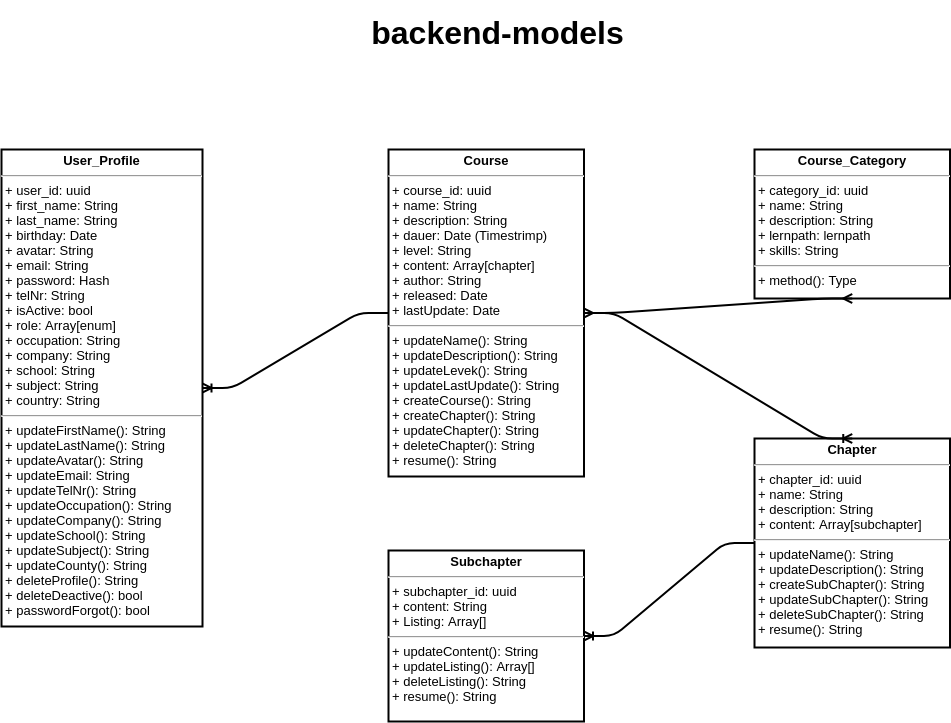
Earlier version of the draw.io export backend-models.png (yasin-96/Darshub). Source tidied: cells renumbered, new cells last; positions are measured from the earlier drawing's top-left corner, leaving out a move shared by most shapes.
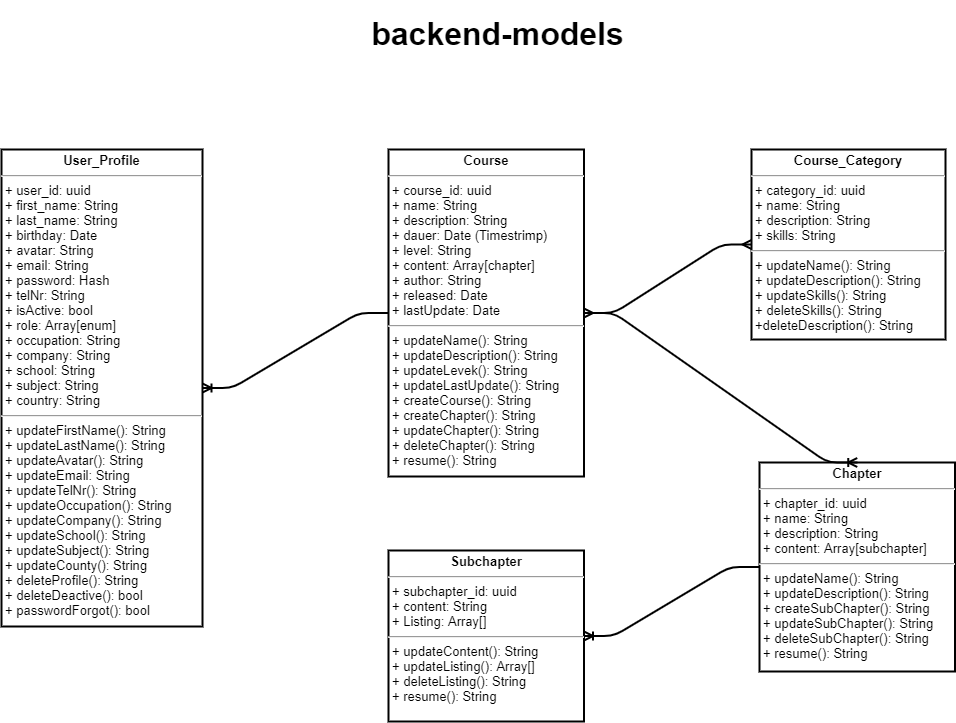
The same diagram one commit later.

Commit message:
course_category methods edited

What changed in the source:
```diff
@@ -8,10 +8,10 @@
     <mxCell id="3" value="&lt;p style=&quot;margin: 4px 0px 0px ; text-align: center ; font-size: 13px&quot;&gt;&lt;span style=&quot;font-size: 13px&quot;&gt;&lt;b&gt;Course&lt;/b&gt;&lt;/span&gt;&lt;/p&gt;&lt;hr style=&quot;font-size: 13px&quot;&gt;&lt;p style=&quot;margin: 0px 0px 0px 4px ; font-size: 13px&quot;&gt;+ course_id: uuid&lt;br style=&quot;font-size: 13px&quot;&gt;+ name: String&lt;/p&gt;&lt;p style=&quot;margin: 0px 0px 0px 4px ; font-size: 13px&quot;&gt;+ description: String&lt;/p&gt;&lt;p style=&quot;margin: 0px 0px 0px 4px ; font-size: 13px&quot;&gt;+ dauer: Date (Timestrimp)&lt;/p&gt;&lt;p style=&quot;margin: 0px 0px 0px 4px ; font-size: 13px&quot;&gt;+ level: String&lt;/p&gt;&lt;p style=&quot;margin: 0px 0px 0px 4px ; font-size: 13px&quot;&gt;+ content: Array[chapter]&lt;/p&gt;&lt;p style=&quot;margin: 0px 0px 0px 4px ; font-size: 13px&quot;&gt;+ author: String&lt;/p&gt;&lt;p style=&quot;margin: 0px 0px 0px 4px ; font-size: 13px&quot;&gt;+ released: Date&lt;br&gt;+ lastUpdate: Date&lt;/p&gt;&lt;hr style=&quot;font-size: 13px&quot;&gt;&lt;p style=&quot;margin: 0px 0px 0px 4px&quot;&gt;+ updateName(): String&lt;br&gt;+ updateDescription(): String&lt;br&gt;+ updateLevek(): String&lt;br&gt;+ updateLastUpdate(): String&lt;br&gt;+ createCourse(): String&lt;br&gt;+ createChapter(): String&lt;br&gt;+ updateChapter(): String&lt;br&gt;+ deleteChapter(): String&lt;/p&gt;&lt;p style=&quot;margin: 0px 0px 0px 4px&quot;&gt;+ resume(): String&lt;/p&gt;" style="verticalAlign=top;align=left;overflow=fill;fontSize=13;fontFamily=Helvetica;html=1;fontStyle=0;strokeWidth=2;" parent="1" vertex="1">
       <mxGeometry x="387" y="149" width="195.5" height="327" as="geometry" />
     </mxCell>
-    <mxCell id="4" value="&lt;p style=&quot;margin: 4px 0px 0px ; text-align: center ; font-size: 13px&quot;&gt;&lt;span style=&quot;font-size: 13px&quot;&gt;&lt;b&gt;Course_Category&lt;/b&gt;&lt;/span&gt;&lt;/p&gt;&lt;hr style=&quot;font-size: 13px&quot;&gt;&lt;p style=&quot;margin: 0px 0px 0px 4px ; font-size: 13px&quot;&gt;+ category_id: uuid&lt;br style=&quot;font-size: 13px&quot;&gt;+ name: String&lt;/p&gt;&lt;p style=&quot;margin: 0px 0px 0px 4px ; font-size: 13px&quot;&gt;+ description: String&lt;/p&gt;&lt;p style=&quot;margin: 0px 0px 0px 4px ; font-size: 13px&quot;&gt;+ lernpath: lernpath&lt;/p&gt;&lt;p style=&quot;margin: 0px 0px 0px 4px ; font-size: 13px&quot;&gt;+ skills: String&lt;/p&gt;&lt;hr style=&quot;font-size: 13px&quot;&gt;&lt;p style=&quot;margin: 0px 0px 0px 4px ; font-size: 13px&quot;&gt;+ method(): Type&lt;/p&gt;" style="verticalAlign=top;align=left;overflow=fill;fontSize=13;fontFamily=Helvetica;html=1;fontStyle=0;strokeWidth=2;" parent="1" vertex="1">
-      <mxGeometry x="753" y="149" width="195.5" height="149" as="geometry" />
+    <mxCell id="4" value="&lt;p style=&quot;margin: 4px 0px 0px ; text-align: center ; font-size: 13px&quot;&gt;&lt;span style=&quot;font-size: 13px&quot;&gt;&lt;b&gt;Course_Category&lt;/b&gt;&lt;/span&gt;&lt;/p&gt;&lt;hr style=&quot;font-size: 13px&quot;&gt;&lt;p style=&quot;margin: 0px 0px 0px 4px ; font-size: 13px&quot;&gt;+ category_id: uuid&lt;br style=&quot;font-size: 13px&quot;&gt;+ name: String&lt;/p&gt;&lt;p style=&quot;margin: 0px 0px 0px 4px ; font-size: 13px&quot;&gt;+ description: String&lt;/p&gt;&lt;p style=&quot;margin: 0px 0px 0px 4px ; font-size: 13px&quot;&gt;+ skills: String&lt;/p&gt;&lt;hr style=&quot;font-size: 13px&quot;&gt;&lt;p style=&quot;margin: 0px 0px 0px 4px ; font-size: 13px&quot;&gt;+ updateName(): String&lt;br&gt;+ updateDescription(): String&lt;br&gt;+ updateSkills(): String&lt;br&gt;+ deleteSkills(): String&lt;br&gt;+deleteDescription(): String&lt;/p&gt;" style="verticalAlign=top;align=left;overflow=fill;fontSize=13;fontFamily=Helvetica;html=1;fontStyle=0;strokeWidth=2;" parent="1" vertex="1">
+      <mxGeometry x="750" y="149" width="194" height="190" as="geometry" />
     </mxCell>
-    <mxCell id="5" style="edgeStyle=entityRelationEdgeStyle;fontSize=12;html=1;endArrow=ERmany;startArrow=ERmany;entryX=0.5;entryY=1;entryDx=0;entryDy=0;exitX=1;exitY=0.5;exitDx=0;exitDy=0;strokeWidth=2;" parent="1" edge="1" source="3" target="4">
+    <mxCell id="5" style="edgeStyle=entityRelationEdgeStyle;fontSize=12;html=1;endArrow=ERmany;startArrow=ERmany;entryX=0;entryY=0.5;entryDx=0;entryDy=0;exitX=1;exitY=0.5;exitDx=0;exitDy=0;strokeWidth=2;" parent="1" edge="1" source="3" target="4">
       <mxGeometry relative="1" as="geometry" />
     </mxCell>
     <mxCell id="6" value="backend-models" style="text;html=1;strokeColor=none;fillColor=none;align=center;verticalAlign=middle;whiteSpace=wrap;rounded=0;fontStyle=1;fontSize=32;" parent="1" vertex="1">
@@ -21,7 +21,7 @@
       <mxGeometry relative="1" as="geometry" />
     </mxCell>
     <mxCell id="8" value="&lt;p style=&quot;margin: 4px 0px 0px ; text-align: center ; font-size: 13px&quot;&gt;&lt;b&gt;Chapter&lt;/b&gt;&lt;/p&gt;&lt;hr style=&quot;font-size: 13px&quot;&gt;&lt;p style=&quot;margin: 0px 0px 0px 4px ; font-size: 13px&quot;&gt;+ chapter_id: uuid&lt;br&gt;+ name: String&lt;br&gt;+ description: String&lt;br&gt;+ content: Array[subchapter]&lt;br&gt;&lt;/p&gt;&lt;hr style=&quot;font-size: 13px&quot;&gt;&lt;p style=&quot;margin: 0px 0px 0px 4px ; font-size: 13px&quot;&gt;+ updateName(): String&lt;br&gt;+ updateDescription(): String&lt;br&gt;+ createSubChapter(): String&lt;br&gt;+ updateSubChapter(): String&lt;br&gt;+ deleteSubChapter(): String&lt;/p&gt;&lt;p style=&quot;margin: 0px 0px 0px 4px ; font-size: 13px&quot;&gt;+ resume(): String&lt;/p&gt;" style="verticalAlign=top;align=left;overflow=fill;fontSize=13;fontFamily=Helvetica;html=1;fontStyle=0;strokeWidth=2;" parent="1" vertex="1">
-      <mxGeometry x="753" y="438" width="195.5" height="209" as="geometry" />
+      <mxGeometry x="758" y="462" width="195.5" height="209" as="geometry" />
     </mxCell>
     <mxCell id="9" value="&lt;p style=&quot;margin: 4px 0px 0px ; text-align: center ; font-size: 13px&quot;&gt;&lt;b&gt;Subchapter&lt;/b&gt;&lt;/p&gt;&lt;hr style=&quot;font-size: 13px&quot;&gt;&lt;p style=&quot;margin: 0px 0px 0px 4px ; font-size: 13px&quot;&gt;+ subchapter_id: uuid&lt;br&gt;+ content: String&lt;br&gt;+ Listing: Array[]&lt;/p&gt;&lt;hr style=&quot;font-size: 13px&quot;&gt;&lt;p style=&quot;margin: 0px 0px 0px 4px&quot;&gt;+ updateContent(): String&lt;br&gt;+ updateListing(): Array[]&lt;br&gt;+ deleteListing(): String&lt;/p&gt;&lt;p style=&quot;margin: 0px 0px 0px 4px&quot;&gt;+ resume(): String&lt;/p&gt;" style="verticalAlign=top;align=left;overflow=fill;fontSize=13;fontFamily=Helvetica;html=1;fontStyle=0;strokeWidth=2;" parent="1" vertex="1">
       <mxGeometry x="387" y="550" width="195.5" height="171" as="geometry" />
```
